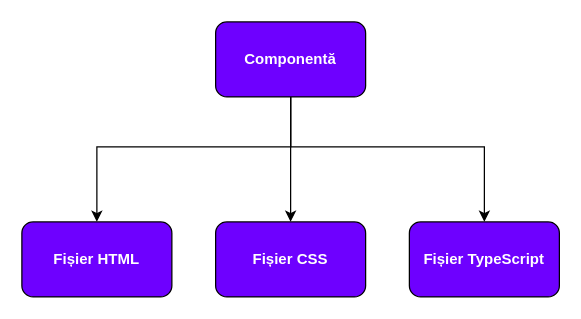
This is word/diagrame/arhitectura-componente.drawio from robertnitu02/proiect-diploma, a draw.io file, before an edit. Source tidied: cells renumbered, new cells numbered last; positions are measured from the earlier drawing's top-left corner, leaving out a move shared by most shapes. Both pictures are drawn from the tidied source at 125%, with x=0, y=0 at pixel (21, 21).
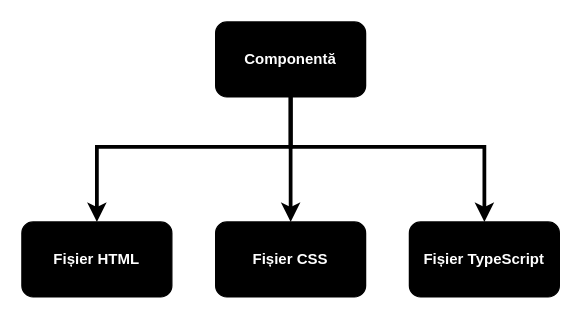
Above is the later version.

Diff of the diagram source:
```diff
@@
 <mxGraphModel>
   <root>
     <mxCell id="0" />
     <mxCell id="1" parent="0" />
-    <mxCell id="2" style="edgeStyle=orthogonalEdgeStyle;rounded=0;jettySize=auto;html=1;entryX=0.5;entryY=0;entryDx=0;entryDy=0;" parent="1" edge="1" source="5" target="6">
+    <mxCell id="2" style="edgeStyle=orthogonalEdgeStyle;rounded=0;jettySize=auto;html=1;entryX=0.5;entryY=0;entryDx=0;entryDy=0;strokeWidth=3;" parent="1" edge="1" source="5" target="6">
       <mxGeometry relative="1" as="geometry">
         <Array as="points">
           <mxPoint x="215" y="100" />
           <mxPoint x="60" y="100" />
         </Array>
       </mxGeometry>
     </mxCell>
-    <mxCell id="3" style="edgeStyle=orthogonalEdgeStyle;rounded=0;jettySize=auto;html=1;entryX=0.5;entryY=0;entryDx=0;entryDy=0;" parent="1" edge="1" source="5" target="7">
+    <mxCell id="3" style="edgeStyle=orthogonalEdgeStyle;rounded=0;jettySize=auto;html=1;entryX=0.5;entryY=0;entryDx=0;entryDy=0;strokeWidth=3;" parent="1" edge="1" source="5" target="7">
       <mxGeometry relative="1" as="geometry" />
     </mxCell>
-    <mxCell id="4" style="edgeStyle=orthogonalEdgeStyle;rounded=0;jettySize=auto;html=1;entryX=0.5;entryY=0;entryDx=0;entryDy=0;" parent="1" edge="1" source="5" target="8">
+    <mxCell id="4" style="edgeStyle=orthogonalEdgeStyle;rounded=0;jettySize=auto;html=1;entryX=0.5;entryY=0;entryDx=0;entryDy=0;strokeWidth=3;" parent="1" edge="1" source="5" target="8">
       <mxGeometry relative="1" as="geometry">
         <Array as="points">
           <mxPoint x="215" y="100" />
           <mxPoint x="370" y="100" />
         </Array>
       </mxGeometry>
     </mxCell>
-    <mxCell id="5" value="&lt;font style=&quot;color: rgb(255, 255, 255);&quot;&gt;&lt;b style=&quot;&quot;&gt;Componentă&lt;/b&gt;&lt;/font&gt;" style="rounded=1;whiteSpace=wrap;html=1;fillColor=#6E00FF;" parent="1" vertex="1">
+    <mxCell id="5" value="&lt;font style=&quot;color: rgb(255, 255, 255);&quot;&gt;&lt;b style=&quot;&quot;&gt;Componentă&lt;/b&gt;&lt;/font&gt;" style="rounded=1;whiteSpace=wrap;html=1;fillColor=#000000;" parent="1" vertex="1">
       <mxGeometry x="155" width="120" height="60" as="geometry" />
     </mxCell>
-    <mxCell id="6" value="&lt;font style=&quot;color: rgb(255, 255, 255);&quot;&gt;&lt;b style=&quot;&quot;&gt;Fișier HTML&lt;/b&gt;&lt;/font&gt;" style="rounded=1;whiteSpace=wrap;html=1;fillColor=#6E00FF;" parent="1" vertex="1">
+    <mxCell id="6" value="&lt;font style=&quot;color: rgb(255, 255, 255);&quot;&gt;&lt;b style=&quot;&quot;&gt;Fișier HTML&lt;/b&gt;&lt;/font&gt;" style="rounded=1;whiteSpace=wrap;html=1;fillColor=#000000;" parent="1" vertex="1">
       <mxGeometry y="160" width="120" height="60" as="geometry" />
     </mxCell>
-    <mxCell id="7" value="&lt;font color=&quot;#ffffff&quot;&gt;&lt;b&gt;Fișier CSS&lt;/b&gt;&lt;/font&gt;" style="rounded=1;whiteSpace=wrap;html=1;fillColor=#6E00FF;" parent="1" vertex="1">
+    <mxCell id="7" value="&lt;font color=&quot;#ffffff&quot;&gt;&lt;b&gt;Fișier CSS&lt;/b&gt;&lt;/font&gt;" style="rounded=1;whiteSpace=wrap;html=1;fillColor=#000000;" parent="1" vertex="1">
       <mxGeometry x="155" y="160" width="120" height="60" as="geometry" />
     </mxCell>
-    <mxCell id="8" value="&lt;font style=&quot;color: rgb(255, 255, 255);&quot;&gt;&lt;b style=&quot;&quot;&gt;Fișier TypeScript&lt;/b&gt;&lt;/font&gt;" style="rounded=1;whiteSpace=wrap;html=1;fillColor=#6E00FF;" parent="1" vertex="1">
+    <mxCell id="8" value="&lt;font style=&quot;color: rgb(255, 255, 255);&quot;&gt;&lt;b style=&quot;&quot;&gt;Fișier TypeScript&lt;/b&gt;&lt;/font&gt;" style="rounded=1;whiteSpace=wrap;html=1;fillColor=#000000;" parent="1" vertex="1">
       <mxGeometry x="310" y="160" width="120" height="60" as="geometry" />
     </mxCell>
   </root>
 </mxGraphModel>
```
